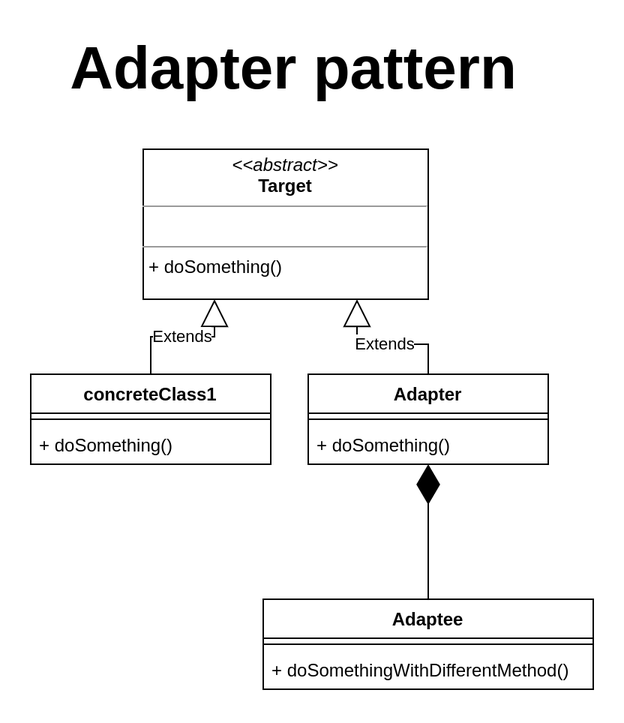
The draw.io diagram Structural patterns/Adapter pattern/patternDiagram.png in MarwanGalal746/Design-patterns, before a commit. Source tidied: cells renumbered, new cells last; positions are measured from the earlier drawing's top-left corner, leaving out a move shared by most shapes.
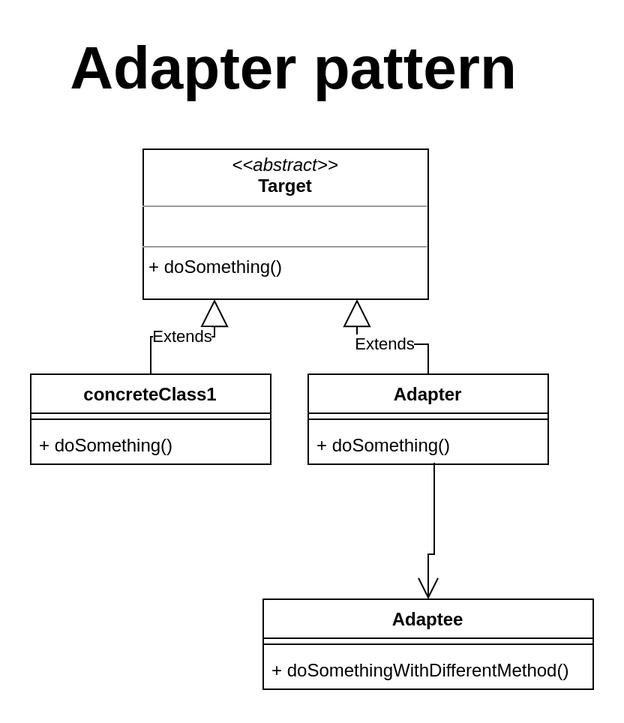
After the change.

Commit message:
Adapter pattern README files

The edit, as a diff of the source:
```diff
@@ -43,11 +43,16 @@
     <mxCell id="13" value="+ doSomethingWithDifferentMethod()" style="text;strokeColor=none;fillColor=none;align=left;verticalAlign=top;spacingLeft=4;spacingRight=4;overflow=hidden;" parent="11" vertex="1">
       <mxGeometry y="34" width="220" height="26" as="geometry" />
     </mxCell>
-    <mxCell id="14" style="endArrow=diamondThin;endFill=1;endSize=24;html=1;rounded=0;edgeStyle=orthogonalEdgeStyle;exitX=0.5;exitY=0;exitDx=0;exitDy=0;entryX=0.5;entryY=1;entryDx=0;entryDy=0;entryPerimeter=0;" parent="1" edge="1" source="11" target="8">
-      <mxGeometry relative="1" as="geometry" />
-    </mxCell>
     <mxCell id="15" value="&lt;font size=&quot;1&quot;&gt;&lt;b style=&quot;font-size: 40px&quot;&gt;Adapter pattern&lt;/b&gt;&lt;/font&gt;" style="text;html=1;align=center;verticalAlign=middle;strokeColor=none;fillColor=none;" parent="1" vertex="1">
       <mxGeometry x="20" width="310" height="30" as="geometry" />
     </mxCell>
+    <mxCell id="16" style="endArrow=open;endFill=1;endSize=12;html=1;rounded=0;edgeStyle=orthogonalEdgeStyle;exitX=0.525;exitY=0.962;exitDx=0;exitDy=0;exitPerimeter=0;entryX=0.5;entryY=0;entryDx=0;entryDy=0;" parent="1" edge="1" source="8" target="11">
+      <mxGeometry relative="1" as="geometry">
+        <Array as="points">
+          <mxPoint x="269" y="340" />
+          <mxPoint x="265" y="340" />
+        </Array>
+      </mxGeometry>
+    </mxCell>
   </root>
 </mxGraphModel>
```
